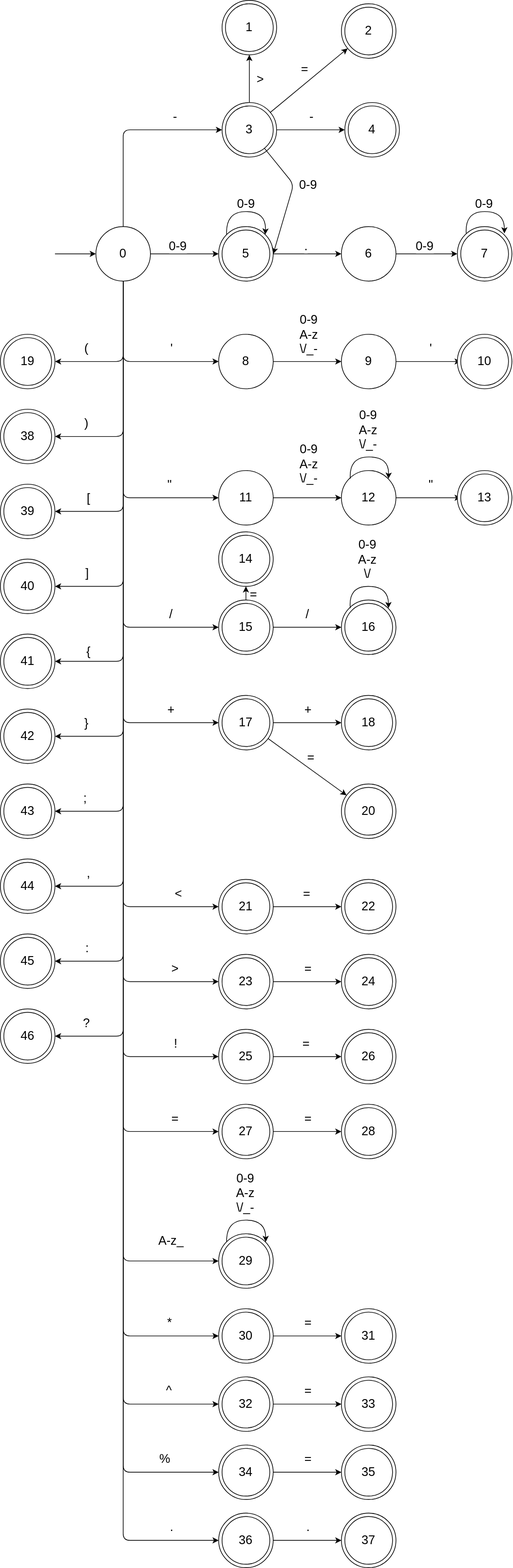
This is automato.drawio.svg from eduardo-marca/Projeto-Compiladores, a draw.io export, as it was before one commit. Source tidied: cells renumbered, new cells last; positions are measured from the earlier drawing's top-left corner, leaving out a move shared by most shapes.
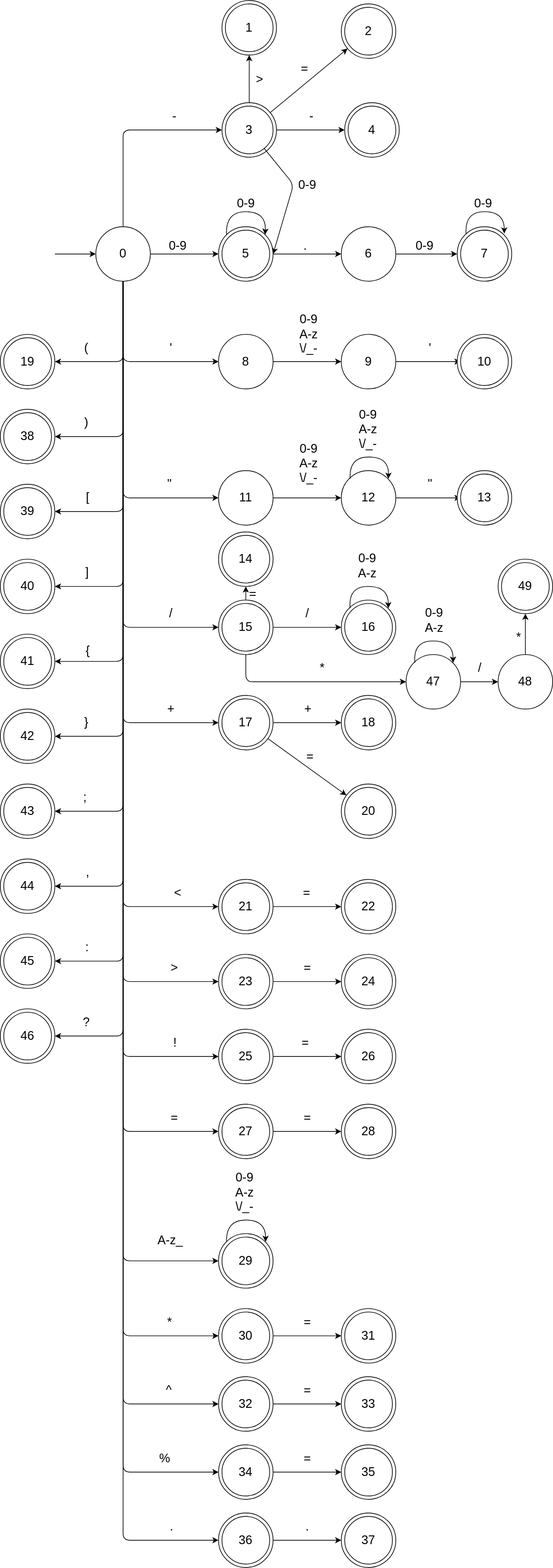
After the commit.

The edit, as a diff of the source:
```diff
@@ -447,9 +447,9 @@
         </Array>
       </mxGeometry>
     </mxCell>
-    <mxCell id="87" value="0-9&lt;div&gt;A-z&lt;/div&gt;&lt;div&gt;\/&lt;/div&gt;" style="edgeLabel;html=1;align=center;verticalAlign=middle;fontSize=18;" parent="86" vertex="1">
+    <mxCell id="87" value="0-9&lt;div&gt;A-z&lt;/div&gt;" style="edgeLabel;html=1;align=center;verticalAlign=middle;fontSize=18;" parent="86" vertex="1">
       <mxGeometry x="0.21" y="-3" relative="1" as="geometry">
-        <mxPoint x="-15" y="-43" as="offset" />
+        <mxPoint x="-15" y="-33" as="offset" />
       </mxGeometry>
     </mxCell>
     <mxCell id="88" style="edgeStyle=none;html=1;entryX=0;entryY=0.5;entryDx=0;entryDy=0;fontSize=18;" parent="1" edge="1" source="92" target="84">
@@ -468,6 +468,18 @@
         <mxPoint x="9" as="offset" />
       </mxGeometry>
     </mxCell>
+    <mxCell id="196" style="edgeStyle=none;html=1;fontSize=18;" parent="1" edge="1" source="92" target="205">
+      <mxGeometry relative="1" as="geometry">
+        <Array as="points">
+          <mxPoint x="360" y="1000" />
+        </Array>
+      </mxGeometry>
+    </mxCell>
+    <mxCell id="197" value="*" style="edgeLabel;html=1;align=center;verticalAlign=middle;fontSize=18;" parent="196" vertex="1">
+      <mxGeometry x="0.1" y="1" relative="1" as="geometry">
+        <mxPoint y="-19" as="offset" />
+      </mxGeometry>
+    </mxCell>
     <mxCell id="92" style="ellipse;whiteSpace=wrap;html=1;fontSize=18;" parent="1" vertex="1">
       <mxGeometry x="320" y="880" width="80" height="80" as="geometry" />
     </mxCell>
@@ -824,5 +836,48 @@
     <mxCell id="195" value="46" style="ellipse;whiteSpace=wrap;html=1;fontSize=18;" parent="1" vertex="1">
       <mxGeometry x="5" y="1485" width="70" height="70" as="geometry" />
     </mxCell>
+    <mxCell id="198" style="edgeStyle=none;html=1;fontSize=18;" parent="1" edge="1" source="200" target="201">
+      <mxGeometry relative="1" as="geometry" />
+    </mxCell>
+    <mxCell id="199" value="*" style="edgeLabel;html=1;align=center;verticalAlign=middle;fontSize=18;" parent="198" vertex="1">
+      <mxGeometry x="-0.1" y="1" relative="1" as="geometry">
+        <mxPoint x="-9" y="2" as="offset" />
+      </mxGeometry>
+    </mxCell>
+    <mxCell id="200" value="48" style="ellipse;whiteSpace=wrap;html=1;fontSize=18;" parent="1" vertex="1">
+      <mxGeometry x="730" y="960" width="80" height="80" as="geometry" />
+    </mxCell>
+    <mxCell id="201" style="ellipse;whiteSpace=wrap;html=1;fontSize=18;" parent="1" vertex="1">
+      <mxGeometry x="730" y="820" width="80" height="80" as="geometry" />
+    </mxCell>
+    <mxCell id="202" value="49" style="ellipse;whiteSpace=wrap;html=1;fontSize=18;" parent="1" vertex="1">
+      <mxGeometry x="735" y="825" width="70" height="70" as="geometry" />
+    </mxCell>
+    <mxCell id="203" style="edgeStyle=none;html=1;fontSize=18;" parent="1" edge="1" source="205" target="200">
+      <mxGeometry relative="1" as="geometry" />
+    </mxCell>
+    <mxCell id="204" value="/" style="edgeLabel;html=1;align=center;verticalAlign=middle;fontSize=18;" parent="203" vertex="1">
+      <mxGeometry x="0.02" y="3" relative="1" as="geometry">
+        <mxPoint y="-17" as="offset" />
+      </mxGeometry>
+    </mxCell>
+    <mxCell id="205" value="47" style="ellipse;whiteSpace=wrap;html=1;fontSize=18;" parent="1" vertex="1">
+      <mxGeometry x="595" y="960" width="80" height="80" as="geometry" />
+    </mxCell>
+    <mxCell id="206" style="curved=1;endArrow=classic;html=1;exitX=0;exitY=0;exitDx=0;exitDy=0;entryX=1;entryY=0;entryDx=0;entryDy=0;fontSize=18;" parent="1" edge="1">
+      <mxGeometry relative="1" as="geometry">
+        <mxPoint x="608" y="972" as="sourcePoint" />
+        <mxPoint x="664" y="972" as="targetPoint" />
+        <Array as="points">
+          <mxPoint x="605" y="940" />
+          <mxPoint x="664" y="940" />
+        </Array>
+      </mxGeometry>
+    </mxCell>
+    <mxCell id="207" value="0-9&lt;div&gt;A-z&lt;/div&gt;" style="edgeLabel;html=1;align=center;verticalAlign=middle;fontSize=18;" parent="206" vertex="1">
+      <mxGeometry x="0.21" y="-3" relative="1" as="geometry">
+        <mxPoint x="-12" y="-33" as="offset" />
+      </mxGeometry>
+    </mxCell>
   </root>
 </mxGraphModel>
```
